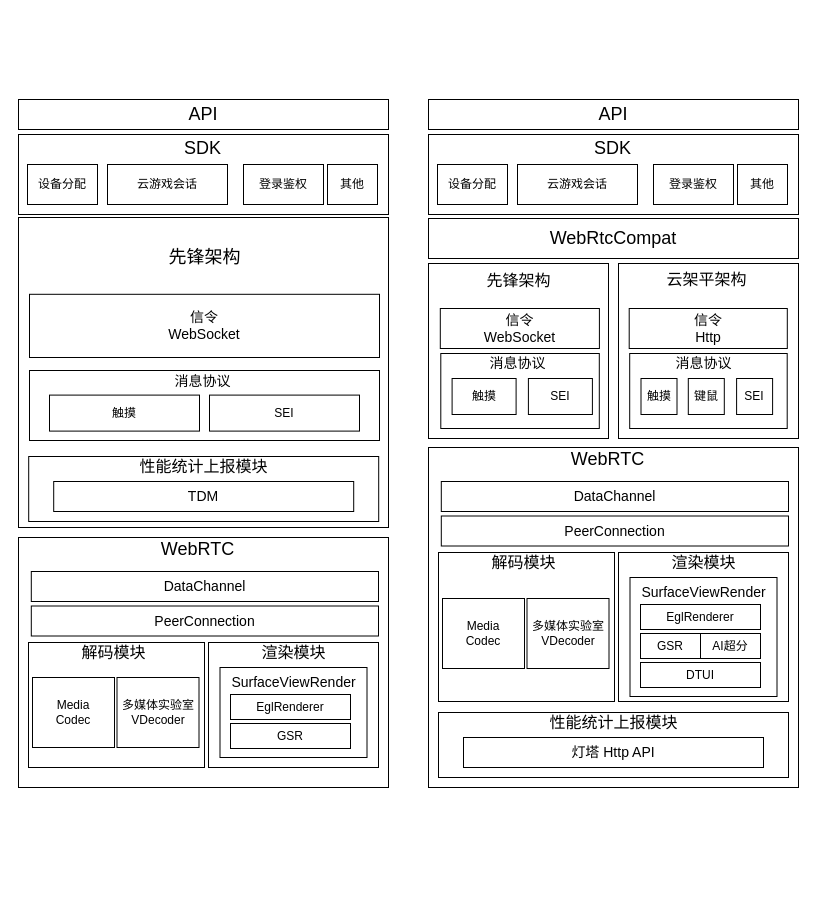
Eveninger/draw.io keeps this draw.io diagram as 多RTC架构图.drawio. Above is the earlier version. Source tidied: cells renumbered, new cells numbered last; positions are measured from the earlier drawing's top-left corner, leaving out a move shared by most shapes. Both pictures are drawn from the tidied source at 100%, with x=0, y=0 at pixel (18, 99).
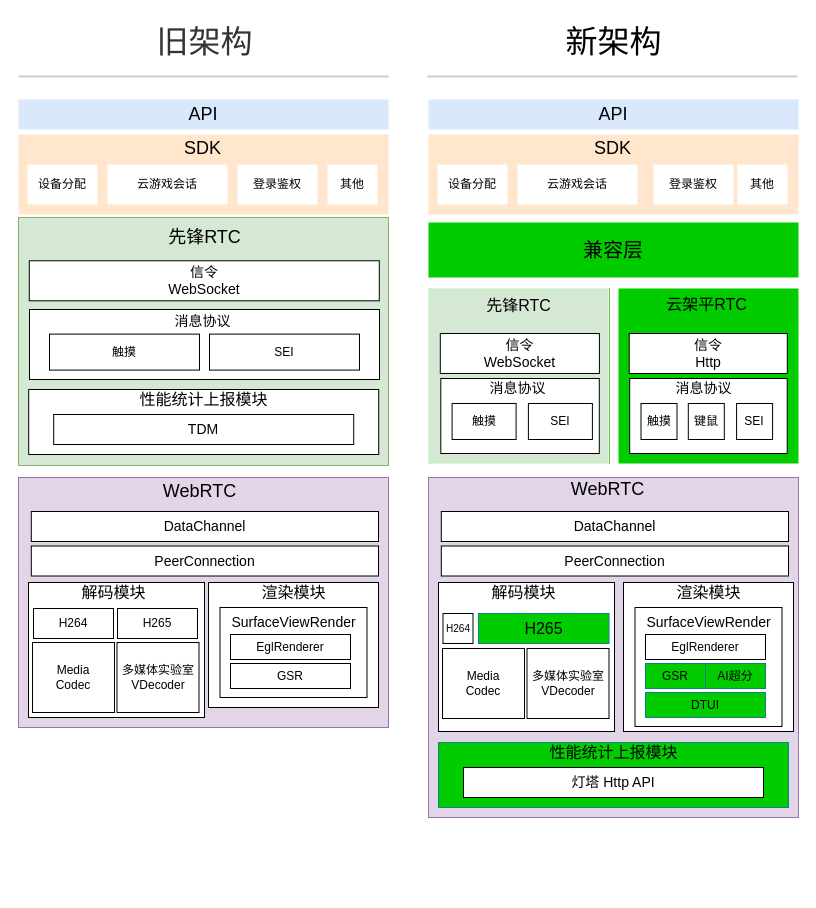
Above is the later version.

Commit message (it also covers changes not shown here):
更新多RTC架构图.drawio

Unchanged cells that the change refers to:
```xml
<mxCell id="46" style="group;" parent="45" vertex="1">
  <mxGeometry width="350" height="70" as="geometry" />
</mxCell>
```

Diff of the diagram source:
```diff
@@
-    <mxCell id="2" style="rounded=0;whiteSpace=wrap;html=1;" parent="1" vertex="1">
+    <mxCell id="2" style="rounded=0;whiteSpace=wrap;html=1;fillColor=#ffe6cc;strokeColor=none;" parent="1" vertex="1">
       <mxGeometry x="410" y="35" width="370" height="80" as="geometry" />
     </mxCell>
-    <mxCell id="3" value="&lt;font face=&quot;腾讯体&quot;&gt;设备分配&lt;/font&gt;" style="rounded=0;whiteSpace=wrap;html=1;" parent="1" vertex="1">
+    <mxCell id="3" value="&lt;font face=&quot;腾讯体&quot;&gt;设备分配&lt;/font&gt;" style="rounded=0;whiteSpace=wrap;html=1;strokeColor=none;" parent="1" vertex="1">
       <mxGeometry x="419" y="65" width="70" height="40" as="geometry" />
     </mxCell>
-    <mxCell id="4" value="云游戏会话" style="rounded=0;whiteSpace=wrap;html=1;fontFamily=腾讯体;" parent="1" vertex="1">
+    <mxCell id="4" value="云游戏会话" style="rounded=0;whiteSpace=wrap;html=1;fontFamily=腾讯体;strokeColor=none;" parent="1" vertex="1">
       <mxGeometry x="499" y="65" width="120" height="40" as="geometry" />
     </mxCell>
-    <mxCell id="5" value="&lt;font face=&quot;腾讯体&quot;&gt;WebRtcCompat&lt;/font&gt;" style="rounded=0;whiteSpace=wrap;html=1;fontSize=18;" parent="1" vertex="1">
-      <mxGeometry x="410" y="119" width="370" height="40" as="geometry" />
+    <mxCell id="5" value="&lt;font face=&quot;腾讯体&quot;&gt;&lt;font style=&quot;font-size: 20px;&quot;&gt;兼容层&lt;/font&gt;&lt;br&gt;&lt;/font&gt;" style="rounded=0;whiteSpace=wrap;html=1;fontSize=18;fillColor=#00CC00;strokeColor=none;fontColor=#000000;" parent="1" vertex="1">
+      <mxGeometry x="410" y="123" width="370" height="55" as="geometry" />
     </mxCell>
-    <mxCell id="6" style="rounded=0;whiteSpace=wrap;html=1;" parent="1" vertex="1">
-      <mxGeometry x="410" y="348" width="370" height="340" as="geometry" />
+    <mxCell id="6" style="rounded=0;whiteSpace=wrap;html=1;fillColor=#e1d5e7;strokeColor=#9673a6;" parent="1" vertex="1">
+      <mxGeometry x="410" y="378" width="370" height="340" as="geometry" />
     </mxCell>
     <mxCell id="7" value="DataChannel" style="rounded=0;whiteSpace=wrap;html=1;fontFamily=腾讯体;fontSize=14;" parent="1" vertex="1">
-      <mxGeometry x="422.8" y="382" width="347.2" height="30" as="geometry" />
+      <mxGeometry x="422.8" y="412" width="347.2" height="30" as="geometry" />
     </mxCell>
-    <mxCell id="8" value="&lt;font style=&quot;font-size: 18px;&quot;&gt;API&lt;/font&gt;" style="rounded=0;whiteSpace=wrap;html=1;fontFamily=腾讯体;fontSize=16;" parent="1" vertex="1">
+    <mxCell id="8" value="&lt;font style=&quot;font-size: 18px;&quot;&gt;API&lt;/font&gt;" style="rounded=0;whiteSpace=wrap;html=1;fontFamily=腾讯体;fontSize=16;fillColor=#dae8fc;strokeColor=none;" parent="1" vertex="1">
       <mxGeometry x="410" width="370" height="30" as="geometry" />
     </mxCell>
@@
     <mxCell id="10" value="WebRTC" style="text;html=1;align=center;verticalAlign=middle;strokeColor=none;fillColor=none;fontSize=18;fontFamily=腾讯体;" parent="1" vertex="1">
-      <mxGeometry x="544" y="340" width="90" height="40" as="geometry" />
+      <mxGeometry x="544" y="370" width="90" height="40" as="geometry" />
     </mxCell>
     <mxCell id="11" value="PeerConnection" style="rounded=0;whiteSpace=wrap;html=1;fontFamily=腾讯体;fontSize=14;" parent="1" vertex="1">
-      <mxGeometry x="422.8" y="416.5" width="347.2" height="30" as="geometry" />
+      <mxGeometry x="422.8" y="446.5" width="347.2" height="30" as="geometry" />
     </mxCell>
     <mxCell id="12" style="group;" parent="1" vertex="1">
-      <mxGeometry x="420" y="448" width="176" height="154" as="geometry" />
+      <mxGeometry x="420" y="478" width="176" height="154" as="geometry" />
     </mxCell>
@@
     <mxCell id="15" value="&lt;font face=&quot;腾讯体&quot;&gt;Media&lt;br&gt;Codec&lt;/font&gt;" style="rounded=0;whiteSpace=wrap;html=1;" parent="12" vertex="1">
-      <mxGeometry x="4" y="51" width="82" height="70" as="geometry" />
+      <mxGeometry x="4" y="71" width="82" height="70" as="geometry" />
     </mxCell>
     <mxCell id="16" value="&lt;font face=&quot;腾讯体&quot;&gt;多媒体实验室&lt;/font&gt;&lt;div&gt;&lt;font face=&quot;腾讯体&quot;&gt;VDecoder&lt;/font&gt;&lt;/div&gt;" style="rounded=0;whiteSpace=wrap;html=1;" parent="12" vertex="1">
-      <mxGeometry x="88.5" y="51" width="82" height="70" as="geometry" />
+      <mxGeometry x="88.5" y="71" width="82" height="70" as="geometry" />
     </mxCell>
-    <mxCell id="17" style="group;" parent="1" vertex="1">
-      <mxGeometry x="600" y="448" width="170" height="154" as="geometry" />
-    </mxCell>
-    <mxCell id="18" style="rounded=0;whiteSpace=wrap;html=1;" parent="17" vertex="1">
-      <mxGeometry y="5" width="170" height="149" as="geometry" />
-    </mxCell>
-    <mxCell id="19" value="渲染模块" style="text;html=1;align=center;verticalAlign=middle;strokeColor=none;fillColor=none;fontFamily=腾讯体;fontSize=16;" parent="17" vertex="1">
-      <mxGeometry x="40" width="90" height="30" as="geometry" />
-    </mxCell>
-    <mxCell id="20" style="rounded=0;whiteSpace=wrap;html=1;" parent="17" vertex="1">
-      <mxGeometry x="11.5" y="30" width="147" height="119" as="geometry" />
-    </mxCell>
-    <mxCell id="21" value="&lt;font style=&quot;font-size: 14px;&quot;&gt;SurfaceView&lt;span style=&quot;background-color: transparent; color: light-dark(rgb(0, 0, 0), rgb(255, 255, 255));&quot;&gt;Render&lt;/span&gt;&lt;/font&gt;" style="text;html=1;align=center;verticalAlign=middle;strokeColor=none;fillColor=none;fontFamily=腾讯体;" parent="17" vertex="1">
-      <mxGeometry x="10" y="30" width="150" height="30" as="geometry" />
-    </mxCell>
-    <mxCell id="22" value="&lt;font face=&quot;腾讯体&quot;&gt;EglRenderer&lt;/font&gt;" style="rounded=0;whiteSpace=wrap;html=1;" parent="17" vertex="1">
-      <mxGeometry x="22" y="57" width="120" height="25" as="geometry" />
-    </mxCell>
-    <mxCell id="23" value="&lt;font face=&quot;腾讯体&quot;&gt;GSR&lt;/font&gt;" style="rounded=0;whiteSpace=wrap;html=1;" parent="17" vertex="1">
-      <mxGeometry x="22" y="86" width="60" height="25" as="geometry" />
-    </mxCell>
-    <mxCell id="24" value="&lt;font face=&quot;腾讯体&quot;&gt;AI超分&lt;/font&gt;" style="rounded=0;whiteSpace=wrap;html=1;" parent="17" vertex="1">
-      <mxGeometry x="82" y="86" width="60" height="25" as="geometry" />
-    </mxCell>
-    <mxCell id="25" value="&lt;font face=&quot;腾讯体&quot;&gt;DTUI&lt;/font&gt;" style="rounded=0;whiteSpace=wrap;html=1;" parent="17" vertex="1">
-      <mxGeometry x="22" y="115" width="120" height="25" as="geometry" />
-    </mxCell>
+    <mxCell id="83" value="&lt;font style=&quot;font-size: 10px;&quot; face=&quot;腾讯体&quot;&gt;H264&lt;/font&gt;" style="whiteSpace=wrap;html=1;" parent="12" vertex="1">
+      <mxGeometry x="4.5" y="36" width="30" height="30" as="geometry" />
+    </mxCell>
+    <mxCell id="84" value="&lt;font style=&quot;font-size: 16px;&quot; face=&quot;腾讯体&quot;&gt;H265&lt;/font&gt;" style="whiteSpace=wrap;html=1;fillColor=#00CC00;strokeColor=#0e8088;" parent="12" vertex="1">
+      <mxGeometry x="40" y="36" width="130.5" height="30" as="geometry" />
+    </mxCell>
-    <mxCell id="26" style="group;" parent="1" vertex="1">
-      <mxGeometry x="600" y="164" width="180" height="175" as="geometry" />
+    <mxCell id="26" style="group;fillColor=#00CC00;strokeColor=none;fontColor=#ffffff;" parent="1" vertex="1">
+      <mxGeometry x="600" y="189" width="180" height="175" as="geometry" />
     </mxCell>
-    <mxCell id="27" style="rounded=0;whiteSpace=wrap;html=1;" parent="26" vertex="1">
-      <mxGeometry width="180" height="175" as="geometry" />
-    </mxCell>
@@
-    <mxCell id="30" value="云架平架构" style="text;html=1;align=center;verticalAlign=middle;strokeColor=none;fillColor=none;fontSize=16;fontFamily=腾讯体;" parent="26" vertex="1">
+    <mxCell id="30" value="云架平RTC" style="text;html=1;align=center;verticalAlign=middle;strokeColor=none;fillColor=none;fontSize=16;fontFamily=腾讯体;" parent="26" vertex="1">
       <mxGeometry x="37.7" y="1" width="100" height="30" as="geometry" />
     </mxCell>
@@
-    <mxCell id="35" style="group;" parent="1" vertex="1">
-      <mxGeometry x="411" y="164" width="180" height="175" as="geometry" />
+    <mxCell id="35" style="group;fillColor=#d5e8d4;strokeColor=#82b366;" parent="1" vertex="1">
+      <mxGeometry x="411" y="189" width="180" height="175" as="geometry" />
     </mxCell>
-    <mxCell id="36" style="rounded=0;whiteSpace=wrap;html=1;" parent="35" vertex="1">
+    <mxCell id="36" style="rounded=0;whiteSpace=wrap;html=1;fillColor=#d5e8d4;strokeColor=#CCFFCC;" parent="35" vertex="1">
       <mxGeometry x="-1" width="180" height="175" as="geometry" />
     </mxCell>
@@
-    <mxCell id="39" value="先锋架构" style="text;html=1;align=center;verticalAlign=middle;strokeColor=none;fillColor=none;fontSize=16;fontFamily=腾讯体;" parent="35" vertex="1">
-      <mxGeometry x="43.5" y="2" width="90" height="30" as="geometry" />
+    <mxCell id="39" value="先锋RTC" style="text;html=1;align=center;verticalAlign=middle;strokeColor=none;fillColor=none;fontSize=16;fontFamily=腾讯体;" parent="35" vertex="1">
+      <mxGeometry x="48.5" y="2" width="80" height="30" as="geometry" />
     </mxCell>
@@
-    <mxCell id="43" value="登录鉴权" style="rounded=0;whiteSpace=wrap;html=1;fontFamily=腾讯体;" parent="1" vertex="1">
+    <mxCell id="43" value="登录鉴权" style="rounded=0;whiteSpace=wrap;html=1;fontFamily=腾讯体;strokeColor=none;" parent="1" vertex="1">
       <mxGeometry x="635" y="65" width="80" height="40" as="geometry" />
     </mxCell>
-    <mxCell id="44" value="其他" style="rounded=0;whiteSpace=wrap;html=1;fontFamily=腾讯体;" parent="1" vertex="1">
+    <mxCell id="44" value="其他" style="rounded=0;whiteSpace=wrap;html=1;fontFamily=腾讯体;strokeColor=none;" parent="1" vertex="1">
       <mxGeometry x="719" y="65" width="50" height="40" as="geometry" />
     </mxCell>
     <mxCell id="45" style="group;" parent="1" vertex="1">
-      <mxGeometry x="420" y="608" width="350" height="154" as="geometry" />
+      <mxGeometry x="420" y="638" width="350" height="154" as="geometry" />
     </mxCell>
@@
-    <mxCell id="47" style="rounded=0;whiteSpace=wrap;html=1;" parent="46" vertex="1">
+    <mxCell id="47" style="rounded=0;whiteSpace=wrap;html=1;fillColor=#00CC00;strokeColor=#0e8088;" parent="46" vertex="1">
       <mxGeometry y="5" width="350" height="65" as="geometry" />
     </mxCell>
@@
-    <mxCell id="50" style="rounded=0;whiteSpace=wrap;html=1;" parent="1" vertex="1">
+    <mxCell id="50" style="rounded=0;whiteSpace=wrap;html=1;strokeColor=none;fillColor=#ffe6cc;" parent="1" vertex="1">
       <mxGeometry y="35" width="370" height="80" as="geometry" />
     </mxCell>
-    <mxCell id="51" value="&lt;font face=&quot;腾讯体&quot;&gt;设备分配&lt;/font&gt;" style="rounded=0;whiteSpace=wrap;html=1;" parent="1" vertex="1">
+    <mxCell id="51" value="&lt;font face=&quot;腾讯体&quot;&gt;设备分配&lt;/font&gt;" style="rounded=0;whiteSpace=wrap;html=1;strokeColor=none;" parent="1" vertex="1">
       <mxGeometry x="9" y="65" width="70" height="40" as="geometry" />
     </mxCell>
-    <mxCell id="52" value="云游戏会话" style="rounded=0;whiteSpace=wrap;html=1;fontFamily=腾讯体;" parent="1" vertex="1">
+    <mxCell id="52" value="云游戏会话" style="rounded=0;whiteSpace=wrap;html=1;fontFamily=腾讯体;strokeColor=none;fillStyle=auto;" parent="1" vertex="1">
       <mxGeometry x="89" y="65" width="120" height="40" as="geometry" />
     </mxCell>
-    <mxCell id="53" style="rounded=0;whiteSpace=wrap;html=1;" parent="1" vertex="1">
-      <mxGeometry y="438" width="370" height="250" as="geometry" />
+    <mxCell id="53" style="rounded=0;whiteSpace=wrap;html=1;fillColor=#e1d5e7;strokeColor=#9673a6;" parent="1" vertex="1">
+      <mxGeometry y="378" width="370" height="250" as="geometry" />
     </mxCell>
     <mxCell id="54" value="DataChannel" style="rounded=0;whiteSpace=wrap;html=1;fontFamily=腾讯体;fontSize=14;" parent="1" vertex="1">
-      <mxGeometry x="12.8" y="472" width="347.2" height="30" as="geometry" />
+      <mxGeometry x="12.8" y="412" width="347.2" height="30" as="geometry" />
     </mxCell>
-    <mxCell id="55" value="&lt;font style=&quot;font-size: 18px;&quot;&gt;API&lt;/font&gt;" style="rounded=0;whiteSpace=wrap;html=1;fontFamily=腾讯体;fontSize=16;" parent="1" vertex="1">
+    <mxCell id="55" value="&lt;font style=&quot;font-size: 18px;&quot;&gt;API&lt;/font&gt;" style="rounded=0;whiteSpace=wrap;html=1;fontFamily=腾讯体;fontSize=16;strokeColor=none;fillColor=#dae8fc;" parent="1" vertex="1">
       <mxGeometry width="370" height="30" as="geometry" />
     </mxCell>
@@
     <mxCell id="57" value="WebRTC" style="text;html=1;align=center;verticalAlign=middle;strokeColor=none;fillColor=none;fontSize=18;fontFamily=腾讯体;" parent="1" vertex="1">
-      <mxGeometry x="134" y="430" width="90" height="40" as="geometry" />
+      <mxGeometry x="136.4" y="372" width="90" height="40" as="geometry" />
     </mxCell>
     <mxCell id="58" value="PeerConnection" style="rounded=0;whiteSpace=wrap;html=1;fontFamily=腾讯体;fontSize=14;" parent="1" vertex="1">
-      <mxGeometry x="12.8" y="506.5" width="347.2" height="30" as="geometry" />
+      <mxGeometry x="12.8" y="446.5" width="347.2" height="30" as="geometry" />
     </mxCell>
     <mxCell id="59" style="group;" parent="1" vertex="1">
-      <mxGeometry x="10" y="538" width="176" height="154" as="geometry" />
+      <mxGeometry x="10" y="478" width="176" height="154" as="geometry" />
     </mxCell>
     <mxCell id="60" style="rounded=0;whiteSpace=wrap;html=1;" parent="59" vertex="1">
-      <mxGeometry y="5" width="176" height="125" as="geometry" />
+      <mxGeometry y="5" width="176" height="135" as="geometry" />
     </mxCell>
@@
     <mxCell id="62" value="&lt;font face=&quot;腾讯体&quot;&gt;Media&lt;br&gt;Codec&lt;/font&gt;" style="rounded=0;whiteSpace=wrap;html=1;" parent="59" vertex="1">
-      <mxGeometry x="4" y="40" width="82" height="70" as="geometry" />
+      <mxGeometry x="4" y="65" width="82" height="70" as="geometry" />
     </mxCell>
     <mxCell id="63" value="&lt;font face=&quot;腾讯体&quot;&gt;多媒体实验室&lt;/font&gt;&lt;div&gt;&lt;font face=&quot;腾讯体&quot;&gt;VDecoder&lt;/font&gt;&lt;/div&gt;" style="rounded=0;whiteSpace=wrap;html=1;" parent="59" vertex="1">
-      <mxGeometry x="88.5" y="40" width="82" height="70" as="geometry" />
+      <mxGeometry x="88.5" y="65" width="82" height="70" as="geometry" />
     </mxCell>
+    <mxCell id="85" value="&lt;font face=&quot;腾讯体&quot;&gt;H264&lt;/font&gt;" style="whiteSpace=wrap;html=1;" parent="59" vertex="1">
+      <mxGeometry x="5" y="31" width="80" height="30" as="geometry" />
+    </mxCell>
+    <mxCell id="86" value="&lt;font face=&quot;腾讯体&quot;&gt;H265&lt;/font&gt;" style="whiteSpace=wrap;html=1;" parent="59" vertex="1">
+      <mxGeometry x="89" y="31" width="80" height="30" as="geometry" />
+    </mxCell>
     <mxCell id="64" style="group;" parent="1" vertex="1">
-      <mxGeometry x="190" y="538" width="170" height="154" as="geometry" />
+      <mxGeometry x="190" y="478" width="170" height="154" as="geometry" />
     </mxCell>
@@
-    <mxCell id="71" value="登录鉴权" style="rounded=0;whiteSpace=wrap;html=1;fontFamily=腾讯体;" parent="1" vertex="1">
-      <mxGeometry x="225" y="65" width="80" height="40" as="geometry" />
+    <mxCell id="71" value="登录鉴权" style="rounded=0;whiteSpace=wrap;html=1;fontFamily=腾讯体;strokeColor=none;" parent="1" vertex="1">
+      <mxGeometry x="219" y="65" width="80" height="40" as="geometry" />
     </mxCell>
-    <mxCell id="72" value="其他" style="rounded=0;whiteSpace=wrap;html=1;fontFamily=腾讯体;" parent="1" vertex="1">
+    <mxCell id="72" value="其他" style="rounded=0;whiteSpace=wrap;html=1;fontFamily=腾讯体;strokeColor=none;" parent="1" vertex="1">
       <mxGeometry x="309" y="65" width="50" height="40" as="geometry" />
     </mxCell>
-    <mxCell id="73" style="rounded=0;whiteSpace=wrap;html=1;" parent="1" vertex="1">
-      <mxGeometry y="118" width="370" height="310" as="geometry" />
+    <mxCell id="73" style="rounded=0;whiteSpace=wrap;html=1;fillColor=#d5e8d4;strokeColor=#82b366;" parent="1" vertex="1">
+      <mxGeometry y="118" width="370" height="248" as="geometry" />
     </mxCell>
-    <mxCell id="74" style="rounded=0;whiteSpace=wrap;html=1;" parent="1" vertex="1">
-      <mxGeometry x="11" y="271" width="350" height="70" as="geometry" />
-    </mxCell>
     <mxCell id="75" value="&lt;font style=&quot;font-size: 14px;&quot; face=&quot;腾讯体&quot;&gt;信令&lt;br&gt;WebSocket&lt;/font&gt;" style="rounded=0;whiteSpace=wrap;html=1;" parent="1" vertex="1">
-      <mxGeometry x="11" y="194.8" width="350" height="63.2" as="geometry" />
+      <mxGeometry x="10.8" y="161.3" width="350" height="40" as="geometry" />
     </mxCell>
-    <mxCell id="76" value="先锋架构" style="text;html=1;align=center;verticalAlign=middle;strokeColor=none;fillColor=none;fontSize=18;fontFamily=腾讯体;" parent="1" vertex="1">
-      <mxGeometry x="136.4" y="138" width="100" height="40" as="geometry" />
+    <mxCell id="76" value="先锋RTC" style="text;html=1;align=center;verticalAlign=middle;strokeColor=none;fillColor=none;fontSize=18;fontFamily=腾讯体;" parent="1" vertex="1">
+      <mxGeometry x="141.4" y="118" width="90" height="40" as="geometry" />
     </mxCell>
+    <mxCell id="87" style="group;strokeColor=none;" parent="1" vertex="1">
+      <mxGeometry x="11" y="184.3" width="350" height="72.7" as="geometry" />
+    </mxCell>
+    <mxCell id="74" style="rounded=0;whiteSpace=wrap;html=1;strokeColor=default;" parent="87" vertex="1">
+      <mxGeometry y="25.7" width="350" height="70" as="geometry" />
+    </mxCell>
-    <mxCell id="77" value="&lt;font style=&quot;font-size: 14px;&quot; face=&quot;腾讯体&quot;&gt;消息协议&lt;/font&gt;" style="text;html=1;align=center;verticalAlign=middle;strokeColor=none;fillColor=none;" parent="1" vertex="1">
-      <mxGeometry x="143.8" y="267.3" width="80" height="30" as="geometry" />
+    <mxCell id="77" value="&lt;font style=&quot;font-size: 14px;&quot; face=&quot;腾讯体&quot;&gt;消息协议&lt;/font&gt;" style="text;html=1;align=center;verticalAlign=middle;strokeColor=none;fillColor=none;" parent="87" vertex="1">
+      <mxGeometry x="132.8" y="23" width="80" height="30" as="geometry" />
     </mxCell>
-    <mxCell id="78" value="触摸" style="whiteSpace=wrap;html=1;fontFamily=腾讯体;" parent="1" vertex="1">
-      <mxGeometry x="31" y="295.6" width="150" height="36" as="geometry" />
+    <mxCell id="78" value="触摸" style="whiteSpace=wrap;html=1;fontFamily=腾讯体;strokeColor=default;" parent="87" vertex="1">
+      <mxGeometry x="20" y="50.3" width="150" height="36" as="geometry" />
     </mxCell>
-    <mxCell id="79" value="SEI" style="whiteSpace=wrap;html=1;fontFamily=腾讯体;" parent="1" vertex="1">
-      <mxGeometry x="191" y="295.6" width="150" height="36" as="geometry" />
+    <mxCell id="79" value="SEI" style="whiteSpace=wrap;html=1;fontFamily=腾讯体;strokeColor=default;" parent="87" vertex="1">
+      <mxGeometry x="180" y="50.3" width="150" height="36" as="geometry" />
     </mxCell>
+    <mxCell id="88" style="group;strokeColor=none;" parent="1" vertex="1">
+      <mxGeometry x="10.2" y="281" width="350" height="70" as="geometry" />
+    </mxCell>
-    <mxCell id="80" style="rounded=0;whiteSpace=wrap;html=1;" parent="1" vertex="1">
-      <mxGeometry x="10.2" y="357" width="350" height="65" as="geometry" />
+    <mxCell id="80" style="rounded=0;whiteSpace=wrap;html=1;" parent="88" vertex="1">
+      <mxGeometry y="9" width="350" height="65" as="geometry" />
     </mxCell>
-    <mxCell id="81" value="性能统计上报模块" style="text;html=1;align=center;verticalAlign=middle;strokeColor=none;fillColor=none;fontFamily=腾讯体;fontSize=16;" parent="1" vertex="1">
-      <mxGeometry x="110.2" y="352" width="150" height="30" as="geometry" />
+    <mxCell id="81" value="性能统计上报模块" style="text;html=1;align=center;verticalAlign=middle;strokeColor=none;fillColor=none;fontFamily=腾讯体;fontSize=16;" parent="88" vertex="1">
+      <mxGeometry x="100" y="4" width="150" height="30" as="geometry" />
     </mxCell>
-    <mxCell id="82" value="TDM" style="rounded=0;whiteSpace=wrap;html=1;fontFamily=腾讯体;fontSize=14;" parent="1" vertex="1">
-      <mxGeometry x="35.2" y="382" width="300" height="30" as="geometry" />
+    <mxCell id="82" value="TDM" style="rounded=0;whiteSpace=wrap;html=1;fontFamily=腾讯体;fontSize=14;strokeColor=default;" parent="88" vertex="1">
+      <mxGeometry x="25" y="34" width="300" height="30" as="geometry" />
     </mxCell>
+    <mxCell id="18" style="rounded=0;whiteSpace=wrap;html=1;" parent="1" vertex="1">
+      <mxGeometry x="605" y="483" width="170" height="149" as="geometry" />
+    </mxCell>
+    <mxCell id="19" value="渲染模块" style="text;html=1;align=center;verticalAlign=middle;strokeColor=none;fillColor=none;fontFamily=腾讯体;fontSize=16;" parent="1" vertex="1">
+      <mxGeometry x="645" y="478" width="90" height="30" as="geometry" />
+    </mxCell>
+    <mxCell id="20" style="rounded=0;whiteSpace=wrap;html=1;" parent="1" vertex="1">
+      <mxGeometry x="616.5" y="508" width="147" height="119" as="geometry" />
+    </mxCell>
+    <mxCell id="21" value="&lt;font style=&quot;font-size: 14px;&quot;&gt;SurfaceView&lt;span style=&quot;background-color: transparent; color: light-dark(rgb(0, 0, 0), rgb(255, 255, 255));&quot;&gt;Render&lt;/span&gt;&lt;/font&gt;" style="text;html=1;align=center;verticalAlign=middle;strokeColor=none;fillColor=none;fontFamily=腾讯体;" parent="1" vertex="1">
+      <mxGeometry x="615" y="508" width="150" height="30" as="geometry" />
+    </mxCell>
+    <mxCell id="22" value="&lt;font face=&quot;腾讯体&quot;&gt;EglRenderer&lt;/font&gt;" style="rounded=0;whiteSpace=wrap;html=1;" parent="1" vertex="1">
+      <mxGeometry x="627" y="535" width="120" height="25" as="geometry" />
+    </mxCell>
+    <mxCell id="23" value="&lt;font face=&quot;腾讯体&quot;&gt;GSR&lt;/font&gt;" style="rounded=0;whiteSpace=wrap;html=1;fillColor=#00CC00;strokeColor=#0e8088;" parent="1" vertex="1">
+      <mxGeometry x="627" y="564" width="60" height="25" as="geometry" />
+    </mxCell>
+    <mxCell id="24" value="&lt;font face=&quot;腾讯体&quot;&gt;AI超分&lt;/font&gt;" style="rounded=0;whiteSpace=wrap;html=1;fillColor=#00CC00;strokeColor=#0e8088;" parent="1" vertex="1">
+      <mxGeometry x="687" y="564" width="60" height="25" as="geometry" />
+    </mxCell>
+    <mxCell id="25" value="&lt;font face=&quot;腾讯体&quot;&gt;DTUI&lt;/font&gt;" style="rounded=0;whiteSpace=wrap;html=1;fillColor=#00CC00;strokeColor=#0e8088;" parent="1" vertex="1">
+      <mxGeometry x="627" y="593" width="120" height="25" as="geometry" />
+    </mxCell>
+    <mxCell id="89" value="&lt;font style=&quot;color: rgb(51, 51, 51);&quot; face=&quot;腾讯体&quot;&gt;&lt;span style=&quot;font-size: 32px;&quot;&gt;旧架构&lt;/span&gt;&lt;/font&gt;" style="text;html=1;align=center;verticalAlign=middle;strokeColor=none;fillColor=none;" parent="1" vertex="1">
+      <mxGeometry x="126.4" y="-82" width="120" height="50" as="geometry" />
+    </mxCell>
+    <mxCell id="90" value="&lt;font face=&quot;腾讯体&quot;&gt;&lt;span style=&quot;font-size: 32px;&quot;&gt;新架构&lt;/span&gt;&lt;/font&gt;" style="text;html=1;align=center;verticalAlign=middle;strokeColor=none;fillColor=none;" parent="1" vertex="1">
+      <mxGeometry x="535" y="-82" width="120" height="50" as="geometry" />
+    </mxCell>
+    <mxCell id="91" style="endArrow=none;html=1;rounded=0;strokeWidth=2;curved=1;strokeColor=#CCCCCC;" parent="1" edge="1">
+      <mxGeometry relative="1" as="geometry">
+        <mxPoint y="-23" as="sourcePoint" />
+        <mxPoint x="370" y="-23" as="targetPoint" />
+      </mxGeometry>
+    </mxCell>
+    <mxCell id="92" style="endArrow=none;html=1;rounded=0;strokeWidth=2;curved=1;strokeColor=#CCCCCC;" parent="1" edge="1">
+      <mxGeometry relative="1" as="geometry">
+        <mxPoint x="409" y="-23" as="sourcePoint" />
+        <mxPoint x="779" y="-23" as="targetPoint" />
+      </mxGeometry>
+    </mxCell>
```
